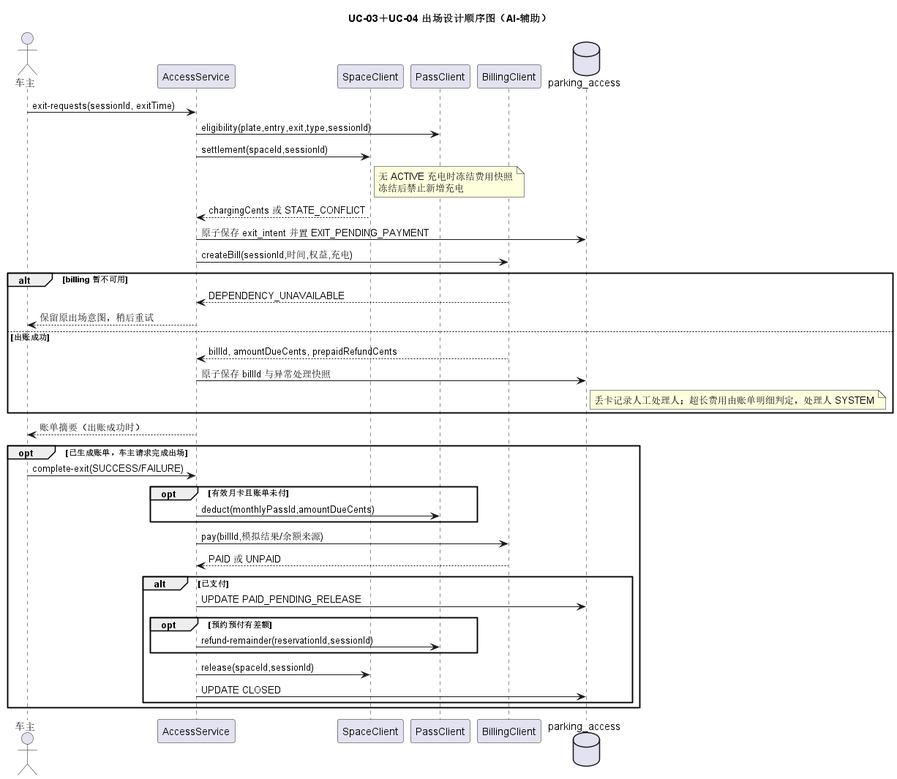
Above: models/rendered/08-exit-design-sequence.png in Gindama713/UMLWORK (PlantUML), before the change.
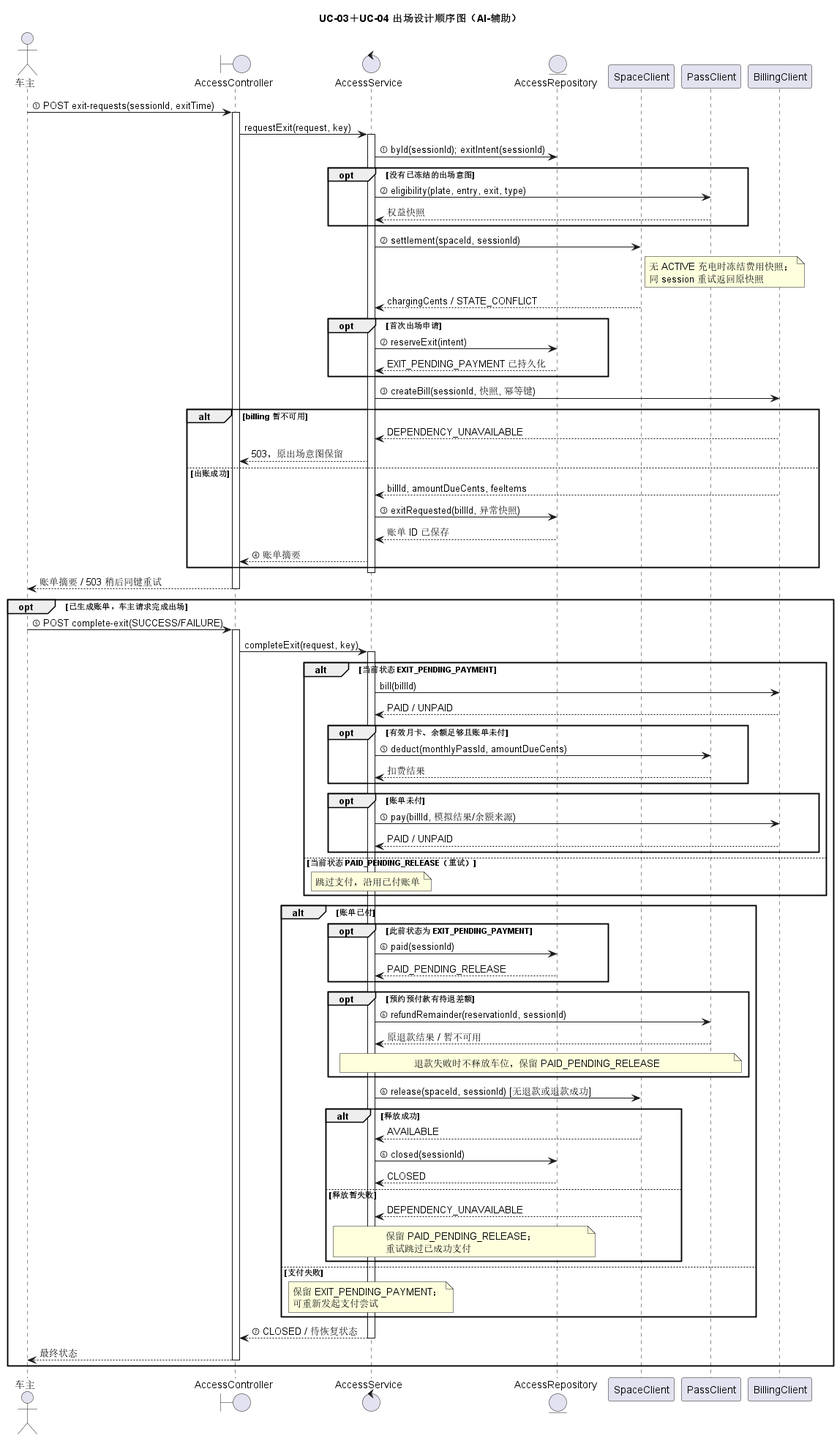
The same file after the commit.

Change to the diagram source:
```diff
@@ -1,41 +1,87 @@
 @startuml
 title UC-03＋UC-04 出场设计顺序图（AI-辅助）
 actor 车主
-participant "AccessService" as access
-participant "SpaceClient" as space
-participant "PassClient" as pass
-participant "BillingClient" as billing
-database "parking_access" as db
-车主 -> access : exit-requests(sessionId, exitTime)
-access -> pass : eligibility(plate,entry,exit,type,sessionId)
-access -> space : settlement(spaceId,sessionId)
-note right of space : 无 ACTIVE 充电时冻结费用快照\n冻结后禁止新增充电
-space --> access : chargingCents 或 STATE_CONFLICT
-access -> db : 原子保存 exit_intent 并置 EXIT_PENDING_PAYMENT
-access -> billing : createBill(sessionId,时间,权益,充电)
+boundary AccessController as controller
+control AccessService as access
+entity AccessRepository as repo
+participant SpaceClient as space
+participant PassClient as pass
+participant BillingClient as billing
+
+车主 -> controller : ① POST exit-requests(sessionId, exitTime)
+activate controller
+controller -> access : requestExit(request, key)
+activate access
+access -> repo : ① byId(sessionId); exitIntent(sessionId)
+opt 没有已冻结的出场意图
+  access -> pass : ② eligibility(plate, entry, exit, type)
+  pass --> access : 权益快照
+end
+access -> space : ② settlement(spaceId, sessionId)
+note right of space : 无 ACTIVE 充电时冻结费用快照；\n同 session 重试返回原快照
+space --> access : chargingCents / STATE_CONFLICT
+opt 首次出场申请
+  access -> repo : ② reserveExit(intent)
+  repo --> access : EXIT_PENDING_PAYMENT 已持久化
+end
+access -> billing : ③ createBill(sessionId, 快照, 幂等键)
 alt billing 暂不可用
   billing --> access : DEPENDENCY_UNAVAILABLE
-  access --> 车主 : 保留原出场意图，稍后重试
+  access --> controller : 503，原出场意图保留
 else 出账成功
-  billing --> access : billId, amountDueCents, prepaidRefundCents
-  access -> db : 原子保存 billId 与异常处理快照
-  note right of db : 丢卡记录人工处理人；超长费用由账单明细判定，处理人 SYSTEM
+  billing --> access : billId, amountDueCents, feeItems
+  access -> repo : ③ exitRequested(billId, 异常快照)
+  repo --> access : 账单 ID 已保存
+  access --> controller : ④ 账单摘要
 end
-access --> 车主 : 账单摘要（出账成功时）
+deactivate access
+controller --> 车主 : 账单摘要 / 503 稍后同键重试
+deactivate controller
+
 opt 已生成账单，车主请求完成出场
-车主 -> access : complete-exit(SUCCESS/FAILURE)
-opt 有效月卡且账单未付
-  access -> pass : deduct(monthlyPassId,amountDueCents)
-end
-access -> billing : pay(billId,模拟结果/余额来源)
-billing --> access : PAID 或 UNPAID
-alt 已支付
-  access -> db : UPDATE PAID_PENDING_RELEASE
-  opt 预约预付有差额
-    access -> pass : refund-remainder(reservationId,sessionId)
+  车主 -> controller : ⑤ POST complete-exit(SUCCESS/FAILURE)
+  activate controller
+  controller -> access : completeExit(request, key)
+  activate access
+  alt 当前状态 EXIT_PENDING_PAYMENT
+    access -> billing : bill(billId)
+    billing --> access : PAID / UNPAID
+    opt 有效月卡、余额足够且账单未付
+      access -> pass : ⑤ deduct(monthlyPassId, amountDueCents)
+      pass --> access : 扣费结果
+    end
+    opt 账单未付
+      access -> billing : ⑤ pay(billId, 模拟结果/余额来源)
+      billing --> access : PAID / UNPAID
+    end
+  else 当前状态 PAID_PENDING_RELEASE（重试）
+    note over access : 跳过支付，沿用已付账单
   end
-  access -> space : release(spaceId,sessionId)
-  access -> db : UPDATE CLOSED
-end
+  alt 账单已付
+    opt 此前状态为 EXIT_PENDING_PAYMENT
+      access -> repo : ⑥ paid(sessionId)
+      repo --> access : PAID_PENDING_RELEASE
+    end
+    opt 预约预付款有待退差额
+      access -> pass : ⑥ refundRemainder(reservationId, sessionId)
+      pass --> access : 原退款结果 / 暂不可用
+      note over access,pass : 退款失败时不释放车位，保留 PAID_PENDING_RELEASE
+    end
+    access -> space : ⑥ release(spaceId, sessionId) [无退款或退款成功]
+    alt 释放成功
+      space --> access : AVAILABLE
+      access -> repo : ⑥ closed(sessionId)
+      repo --> access : CLOSED
+    else 释放暂失败
+      space --> access : DEPENDENCY_UNAVAILABLE
+      note over access,repo : 保留 PAID_PENDING_RELEASE；\n重试跳过已成功支付
+    end
+  else 支付失败
+    note over access : 保留 EXIT_PENDING_PAYMENT；\n可重新发起支付尝试
+  end
+  access --> controller : ⑦ CLOSED / 待恢复状态
+  deactivate access
+  controller --> 车主 : 最终状态
+  deactivate controller
 end
 @enduml
```
